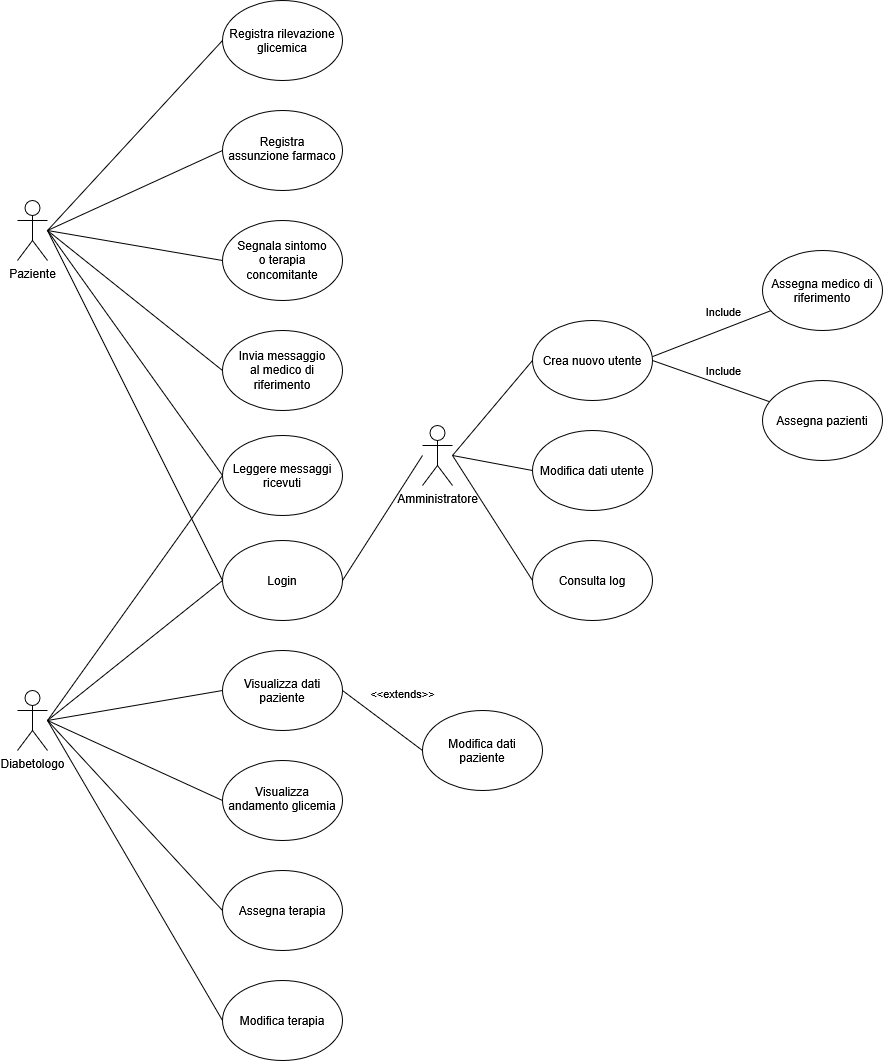
Earlier version of the draw.io export Relazione Ingegneria del Software/Immagini/UseCaseDiagram.png (Reyunityone/diabete-tracker). Source tidied: cells renumbered, new cells last; positions are measured from the earlier drawing's top-left corner, leaving out a move shared by most shapes.
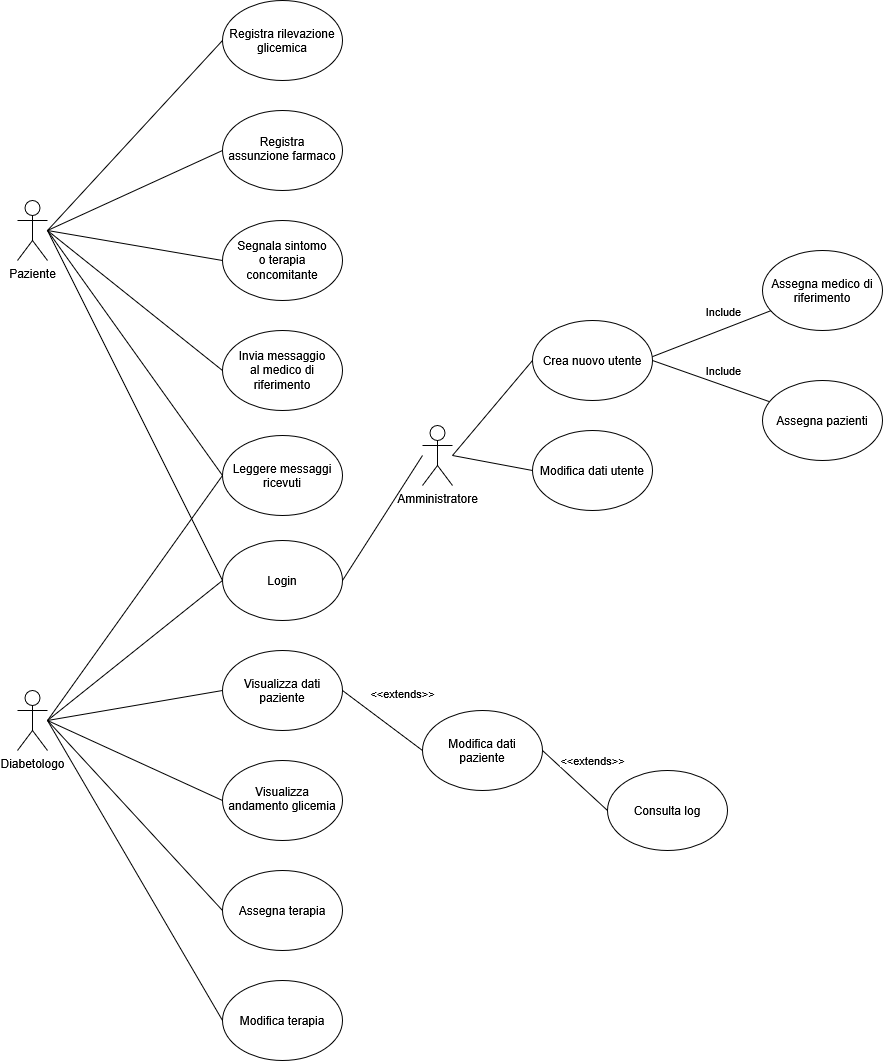
After the change.

What changed in the source:
```diff
@@ -69,7 +69,7 @@
       <mxGeometry x="745" y="380" width="120" height="80" as="geometry" />
     </mxCell>
     <mxCell id="22" value="Consulta log" style="ellipse;whiteSpace=wrap;html=1;shapeInside=1;" parent="1" vertex="1">
-      <mxGeometry x="515" y="540" width="120" height="80" as="geometry" />
+      <mxGeometry x="590" y="770" width="120" height="80" as="geometry" />
     </mxCell>
     <mxCell id="23" style="group;" parent="1" vertex="1">
       <mxGeometry x="405" y="425" width="30" height="60" as="geometry" />
@@ -131,9 +131,14 @@
     <mxCell id="42" style="rounded=0;jettySize=auto;html=1;entryX=0;entryY=0.5;entryDx=0;entryDy=0;endArrow=none;endFill=0;exitX=1;exitY=0.5;exitDx=0;exitDy=0;" parent="1" edge="1" source="24" target="16">
       <mxGeometry relative="1" as="geometry" />
     </mxCell>
-    <mxCell id="43" style="rounded=0;jettySize=auto;html=1;entryX=0;entryY=0.5;entryDx=0;entryDy=0;endArrow=none;endFill=0;exitX=1;exitY=0.5;exitDx=0;exitDy=0;" parent="1" edge="1" source="24" target="22">
+    <mxCell id="43" style="rounded=0;jettySize=auto;html=1;entryX=0;entryY=0.5;entryDx=0;entryDy=0;endArrow=none;endFill=0;exitX=1;exitY=0.5;exitDx=0;exitDy=0;" parent="1" edge="1" source="46" target="22">
       <mxGeometry relative="1" as="geometry" />
     </mxCell>
+    <mxCell id="49" value="&amp;lt;&amp;lt;extends&amp;gt;&amp;gt;" style="edgeLabel;html=1;align=center;verticalAlign=middle;" parent="43" vertex="1">
+      <mxGeometry x="-0.23" y="5" relative="1" as="geometry">
+        <mxPoint x="21" y="-10" as="offset" />
+      </mxGeometry>
+    </mxCell>
     <mxCell id="44" style="rounded=0;jettySize=auto;html=1;entryX=0;entryY=0.5;entryDx=0;entryDy=0;endArrow=none;endFill=0;exitX=1;exitY=0.5;exitDx=0;exitDy=0;" parent="1" edge="1" source="24" target="15">
       <mxGeometry relative="1" as="geometry" />
     </mxCell>
```
